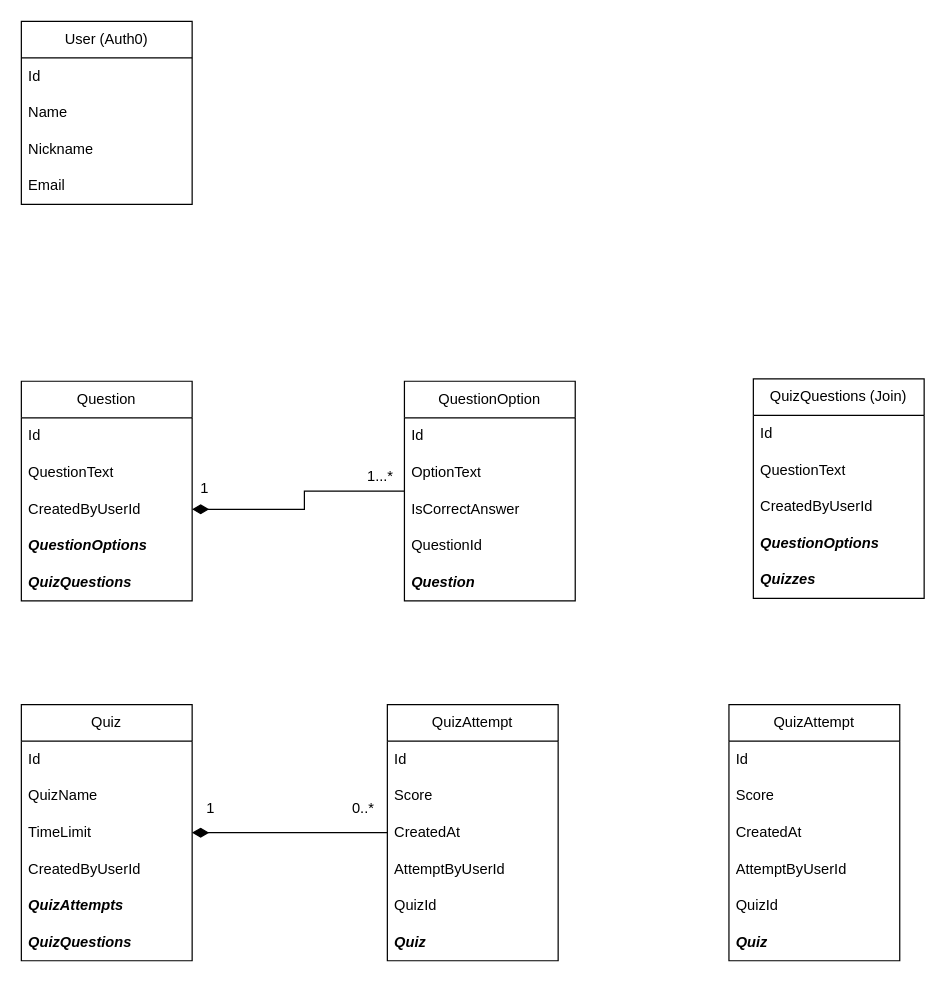
This is Untitled Diagram.drawio from Pipi144/QuizzBE, a draw.io file, before an edit. Source tidied: cells renumbered, new cells numbered last; positions are measured from the earlier drawing's top-left corner, leaving out a move shared by most shapes. Both pictures are drawn from the tidied source at 122%, with x=0, y=0 at pixel (21, 21).
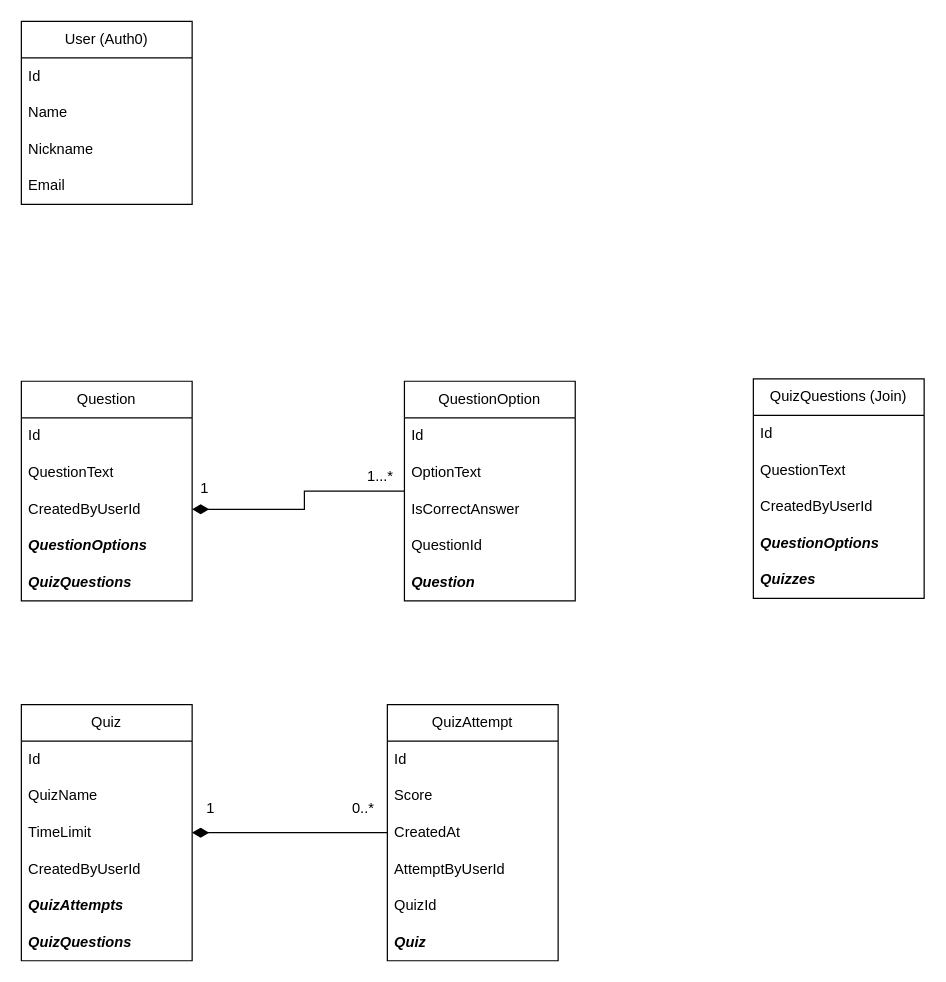
The same diagram, later.

The edit, as a diff of the source:
```diff
@@
-    <mxCell id="45" value="QuizAttempt" style="swimlane;fontStyle=0;horizontal=1;startSize=30;whiteSpace=wrap;html=1;" parent="1" vertex="1">
-      <mxGeometry x="580" y="560" width="140" height="210" as="geometry" />
-    </mxCell>
-    <mxCell id="46" value="Id" style="text;strokeColor=none;fillColor=none;align=left;verticalAlign=middle;spacingLeft=4;spacingRight=4;overflow=hidden;whiteSpace=wrap;html=1;" parent="45" vertex="1">
-      <mxGeometry y="30" width="140" height="30" as="geometry" />
-    </mxCell>
-    <mxCell id="47" value="Score" style="text;strokeColor=none;fillColor=none;align=left;verticalAlign=middle;spacingLeft=4;spacingRight=4;overflow=hidden;whiteSpace=wrap;html=1;" parent="45" vertex="1">
-      <mxGeometry y="60" width="140" height="30" as="geometry" />
-    </mxCell>
-    <mxCell id="48" value="CreatedAt" style="text;strokeColor=none;fillColor=none;align=left;verticalAlign=middle;spacingLeft=4;spacingRight=4;overflow=hidden;whiteSpace=wrap;html=1;" parent="45" vertex="1">
-      <mxGeometry y="90" width="140" height="30" as="geometry" />
-    </mxCell>
-    <mxCell id="49" value="AttemptByUserId" style="text;strokeColor=none;fillColor=none;align=left;verticalAlign=middle;spacingLeft=4;spacingRight=4;overflow=hidden;whiteSpace=wrap;html=1;" parent="45" vertex="1">
-      <mxGeometry y="120" width="140" height="30" as="geometry" />
-    </mxCell>
-    <mxCell id="50" value="QuizId" style="text;strokeColor=none;fillColor=none;align=left;verticalAlign=middle;spacingLeft=4;spacingRight=4;overflow=hidden;whiteSpace=wrap;html=1;" parent="45" vertex="1">
-      <mxGeometry y="150" width="140" height="30" as="geometry" />
-    </mxCell>
-    <mxCell id="51" value="Quiz" style="text;strokeColor=none;fillColor=none;align=left;verticalAlign=middle;spacingLeft=4;spacingRight=4;overflow=hidden;whiteSpace=wrap;html=1;fontStyle=3;" parent="45" vertex="1">
-      <mxGeometry y="180" width="140" height="30" as="geometry" />
-    </mxCell>
```
